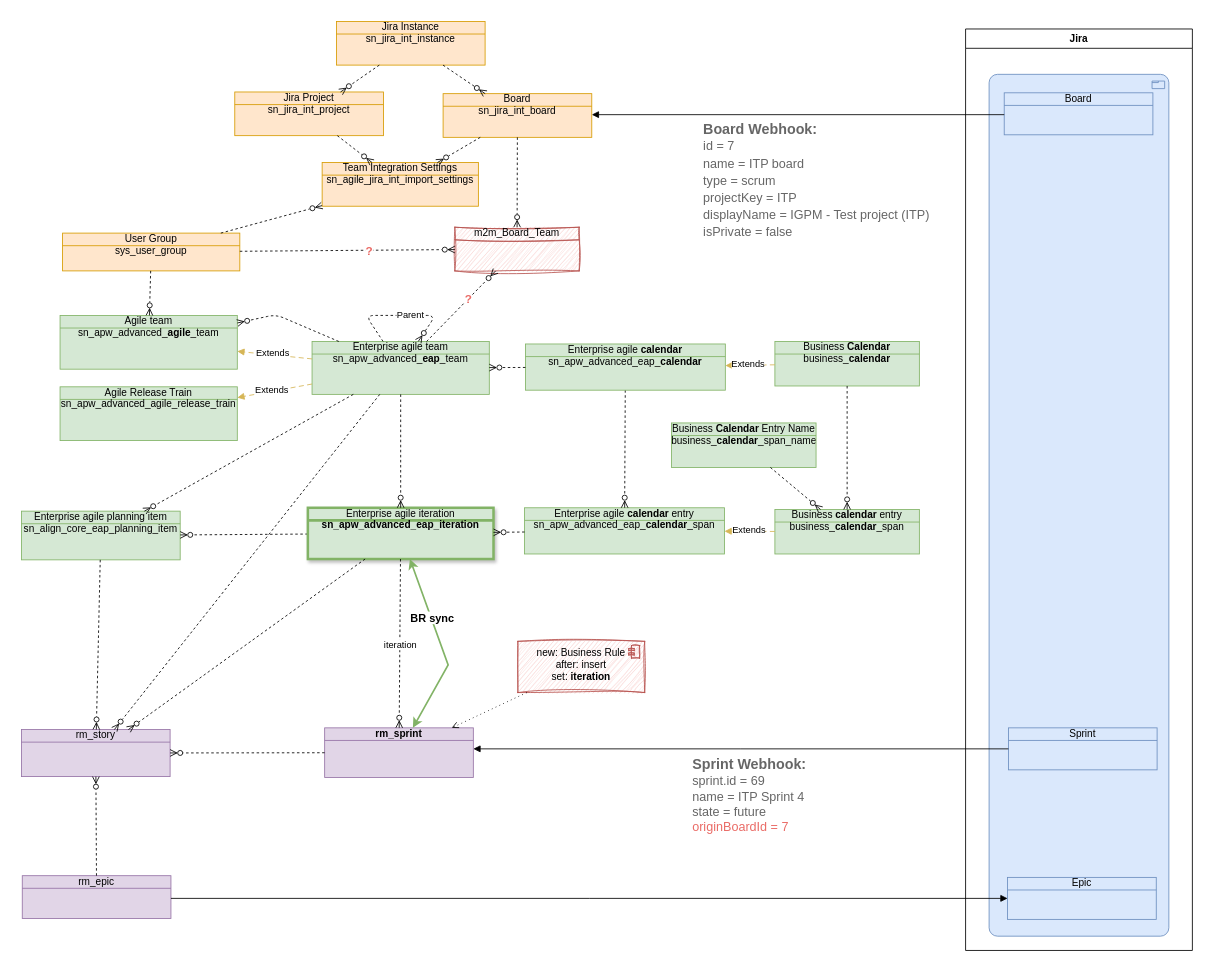
This is BoschEAP.drawio from algimas/tmp, a draw.io file, before an edit. Source tidied: cells renumbered, new cells numbered last; positions are measured from the earlier drawing's top-left corner, leaving out a move shared by most shapes. Both pictures are drawn from the tidied source at 84%, with x=0, y=0 at pixel (21, 21).
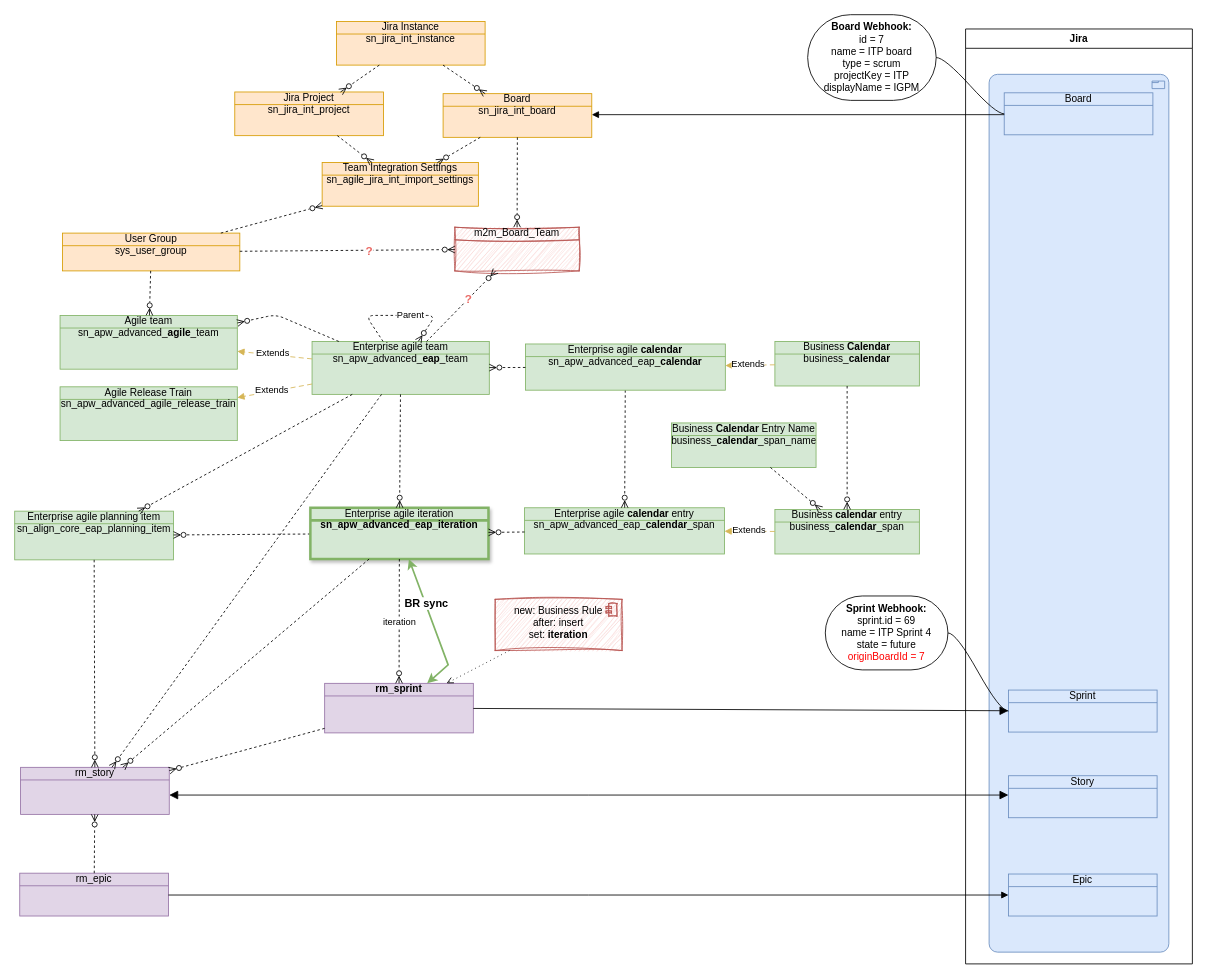
The same diagram, later.

Unchanged cells that the change refers to:
```xml
<mxCell id="27" value="Board" style="html=1;outlineConnect=0;whiteSpace=wrap;fillColor=#dae8fc;shape=mxgraph.archimate3.businessObject;overflow=fill;strokeColor=#6c8ebf;" parent="25" vertex="1">
  <mxGeometry x="46" y="76" width="177" height="50" as="geometry" />
</mxCell>
```

What changed in the source:
```diff
@@
     <mxCell id="2" value="&lt;b&gt;rm_sprint&lt;/b&gt;" style="html=1;outlineConnect=0;whiteSpace=wrap;fillColor=#e1d5e7;shape=mxgraph.archimate3.businessObject;overflow=fill;strokeColor=#9673a6;" parent="1" vertex="1">
-      <mxGeometry x="361" y="841" width="177" height="59" as="geometry" />
+      <mxGeometry x="361" y="788" width="177" height="59" as="geometry" />
     </mxCell>
     <mxCell id="3" value="Enterprise agile planning item sn_align_core_eap_planning_item" style="html=1;outlineConnect=0;whiteSpace=wrap;fillColor=#d5e8d4;shape=mxgraph.archimate3.businessObject;overflow=fill;strokeColor=#82b366;" parent="1" vertex="1">
-      <mxGeometry y="583" width="189" height="58" as="geometry" />
+      <mxGeometry x="-8" y="583" width="189" height="58" as="geometry" />
     </mxCell>
@@
     <mxCell id="5" value="rm_story" style="html=1;outlineConnect=0;whiteSpace=wrap;fillColor=#e1d5e7;shape=mxgraph.archimate3.businessObject;overflow=fill;strokeColor=#9673a6;" parent="1" vertex="1">
-      <mxGeometry y="843" width="177" height="56" as="geometry" />
+      <mxGeometry x="-1" y="888" width="177" height="56" as="geometry" />
     </mxCell>
     <mxCell id="6" value="Enterprise agile iteration &lt;b&gt;sn_apw_advanced_eap_iteration&lt;/b&gt;" style="html=1;outlineConnect=0;whiteSpace=wrap;fillColor=#d5e8d4;shape=mxgraph.archimate3.businessObject;overflow=fill;strokeColor=#82b366;shadow=1;strokeWidth=3;" parent="1" vertex="1">
-      <mxGeometry x="341" y="579" width="221" height="61" as="geometry" />
+      <mxGeometry x="344" y="579" width="212" height="61" as="geometry" />
     </mxCell>
@@
     <mxCell id="19" value="rm_epic" style="html=1;outlineConnect=0;whiteSpace=wrap;fillColor=#e1d5e7;shape=mxgraph.archimate3.businessObject;overflow=fill;strokeColor=#9673a6;" parent="1" vertex="1">
-      <mxGeometry x="1" y="1017" width="177" height="51" as="geometry" />
+      <mxGeometry x="-2" y="1014" width="177" height="51" as="geometry" />
     </mxCell>
@@
     <mxCell id="23" value="&lt;div&gt;new: Business Rule&lt;/div&gt;&lt;div&gt;after: insert&lt;/div&gt;&lt;div&gt;set: &lt;b&gt;iteration&lt;/b&gt;&lt;br&gt;&lt;/div&gt;" style="html=1;outlineConnect=0;whiteSpace=wrap;fillColor=#f8cecc;shape=mxgraph.archimate3.application;appType=comp;archiType=square;strokeColor=#b85450;verticalAlign=top;gradientColor=none;sketch=1;curveFitting=1;jiggle=2;" parent="1" vertex="1">
-      <mxGeometry x="591" y="738" width="151" height="61" as="geometry" />
+      <mxGeometry x="564" y="688" width="151" height="61" as="geometry" />
     </mxCell>
@@
     <mxCell id="25" value="Jira" style="swimlane;" parent="1" vertex="1">
-      <mxGeometry x="1124" y="9" width="270" height="1097" as="geometry" />
+      <mxGeometry x="1124" y="9" width="270" height="1113" as="geometry" />
     </mxCell>
     <mxCell id="26" style="html=1;whiteSpace=wrap;fillColor=#dae8fc;shape=mxgraph.archimate3.application;appType=product;archiType=rounded;strokeColor=#6c8ebf;verticalAlign=top;fontStyle=0;" parent="25" vertex="1">
-      <mxGeometry x="28" y="54" width="214" height="1026" as="geometry" />
+      <mxGeometry x="28" y="54" width="214" height="1045" as="geometry" />
     </mxCell>
@@
     <mxCell id="28" value="Sprint" style="html=1;outlineConnect=0;whiteSpace=wrap;fillColor=#dae8fc;shape=mxgraph.archimate3.businessObject;overflow=fill;strokeColor=#6c8ebf;" parent="25" vertex="1">
-      <mxGeometry x="51" y="832" width="177" height="50" as="geometry" />
+      <mxGeometry x="51" y="787" width="177" height="50" as="geometry" />
     </mxCell>
     <mxCell id="29" value="Epic" style="html=1;outlineConnect=0;whiteSpace=wrap;fillColor=#dae8fc;shape=mxgraph.archimate3.businessObject;overflow=fill;strokeColor=#6c8ebf;" parent="25" vertex="1">
-      <mxGeometry x="50" y="1010" width="177" height="50" as="geometry" />
+      <mxGeometry x="51" y="1006" width="177" height="50" as="geometry" />
     </mxCell>
+    <mxCell id="72" value="Story" style="html=1;outlineConnect=0;whiteSpace=wrap;fillColor=#dae8fc;shape=mxgraph.archimate3.businessObject;overflow=fill;strokeColor=#6c8ebf;" parent="25" vertex="1">
+      <mxGeometry x="51" y="889" width="177" height="50" as="geometry" />
+    </mxCell>
@@
-    <mxCell id="38" style="edgeStyle=elbowEdgeStyle;html=1;endArrow=block;dashed=0;elbow=vertical;endFill=1;rounded=0;" parent="1" edge="1" source="28" target="2">
+    <mxCell id="38" style="html=1;endArrow=block;dashed=0;elbow=vertical;endFill=1;rounded=0;startArrow=none;startFill=0;endSize=8;" parent="1" edge="1" source="2" target="28">
       <mxGeometry relative="1" as="geometry" />
     </mxCell>
@@
-    <mxCell id="70" value="&lt;b&gt;Board Webhook:&lt;/b&gt;&lt;br&gt;&lt;font style=&quot;font-size: 15px;&quot;&gt;id = 7&lt;br&gt;name = ITP board&lt;br&gt;type = scrum&lt;br&gt;projectKey = ITP&lt;br&gt;displayName = IGPM - Test project (ITP)&lt;br&gt;isPrivate = false&lt;/font&gt;" style="strokeWidth=1;shadow=0;dashed=0;align=center;shape=mxgraph.mockup.text.bulletedList;textColor=#666666;mainText=,,,,;textSize=17;bulletStyle=none;strokeColor=none;fillColor=none;align=left;verticalAlign=top;fontSize=17;fontColor=#666666;html=1;textShadow=0;whiteSpace=wrap;" parent="1" vertex="1">
-      <mxGeometry x="810" y="112" width="311" height="169" as="geometry" />
-    </mxCell>
+    <mxCell id="73" style="edgeStyle=elbowEdgeStyle;html=1;endArrow=block;dashed=0;elbow=vertical;endFill=1;rounded=0;endSize=8;startSize=8;startArrow=block;startFill=1;" parent="1" edge="1" source="5" target="72">
+      <mxGeometry relative="1" as="geometry" />
+    </mxCell>
-    <mxCell id="71" value="&lt;div style=&quot;text-wrap-mode: wrap;&quot;&gt;&lt;b style=&quot;&quot;&gt;&lt;br class=&quot;Apple-interchange-newline&quot;&gt;&lt;font&gt;Sprint Webhook:&lt;/font&gt;&lt;/b&gt;&lt;/div&gt;&lt;div style=&quot;font-size: 15px; text-wrap-mode: wrap;&quot;&gt;sprint.id =&amp;nbsp;&lt;span style=&quot;background-color: transparent; color: light-dark(rgb(102, 102, 102), rgb(149, 149, 149));&quot;&gt;69&lt;/span&gt;&lt;/div&gt;&lt;div style=&quot;font-size: 15px; text-wrap-mode: wrap;&quot;&gt;name =&amp;nbsp;&lt;span style=&quot;background-color: transparent; color: light-dark(rgb(102, 102, 102), rgb(149, 149, 149));&quot;&gt;ITP Sprint 4&lt;/span&gt;&lt;/div&gt;&lt;div style=&quot;font-size: 15px; text-wrap-mode: wrap;&quot;&gt;state =&amp;nbsp;&lt;span style=&quot;background-color: transparent; color: light-dark(rgb(102, 102, 102), rgb(149, 149, 149));&quot;&gt;future&lt;/span&gt;&lt;/div&gt;&lt;div style=&quot;font-size: 15px; text-wrap-mode: wrap;&quot;&gt;&lt;span style=&quot;background-color: transparent;&quot;&gt;&lt;font style=&quot;color: rgb(234, 107, 102);&quot;&gt;originBoardId = 7&lt;/font&gt;&lt;/span&gt;&lt;/div&gt;" style="strokeWidth=1;shadow=0;dashed=0;align=center;shape=mxgraph.mockup.text.bulletedList;textColor=#666666;mainText=,,,,;textSize=17;bulletStyle=none;strokeColor=none;fillColor=none;align=left;verticalAlign=top;fontSize=17;fontColor=#666666;html=1;textShadow=0;whiteSpace=wrap;" parent="1" vertex="1">
-      <mxGeometry x="797" y="848" width="181" height="120" as="geometry" />
+    <mxCell id="71" value="&lt;div&gt;&lt;b&gt;Sprint Webhook:&lt;/b&gt;&lt;/div&gt;&lt;div&gt;sprint.id = 69&lt;/div&gt;&lt;div&gt;name = ITP Sprint 4&lt;/div&gt;&lt;div&gt;state = future&lt;/div&gt;&lt;div&gt;&lt;font style=&quot;color: rgb(255, 0, 0);&quot;&gt;originBoardId = 7&lt;/font&gt;&lt;/div&gt;" style="whiteSpace=wrap;html=1;rounded=1;arcSize=50;align=center;verticalAlign=middle;strokeWidth=1;spacing=4;newEdgeStyle={&quot;edgeStyle&quot;:&quot;entityRelationEdgeStyle&quot;,&quot;startArrow&quot;:&quot;none&quot;,&quot;endArrow&quot;:&quot;none&quot;,&quot;segment&quot;:10,&quot;curved&quot;:1,&quot;sourcePerimeterSpacing&quot;:0,&quot;targetPerimeterSpacing&quot;:0};" parent="1" vertex="1">
+      <mxGeometry x="957" y="684" width="146" height="88" as="geometry" />
     </mxCell>
+    <mxCell id="74" style="edgeStyle=entityRelationEdgeStyle;startArrow=none;endArrow=none;segment=10;curved=1;sourcePerimeterSpacing=0;targetPerimeterSpacing=0;rounded=0;" parent="1" edge="1" source="28" target="71">
+      <mxGeometry relative="1" as="geometry" />
+    </mxCell>
+    <mxCell id="75" value="&lt;div&gt;&lt;b&gt;Board Webhook:&lt;/b&gt;&lt;/div&gt;&lt;div&gt;id = 7&lt;/div&gt;&lt;div&gt;name = ITP board&lt;/div&gt;&lt;div&gt;type = scrum&lt;/div&gt;&lt;div&gt;projectKey = ITP&lt;/div&gt;&lt;div&gt;displayName = IGPM&lt;/div&gt;" style="whiteSpace=wrap;html=1;rounded=1;arcSize=50;align=center;verticalAlign=middle;strokeWidth=1;spacing=4;newEdgeStyle={&quot;edgeStyle&quot;:&quot;entityRelationEdgeStyle&quot;,&quot;startArrow&quot;:&quot;none&quot;,&quot;endArrow&quot;:&quot;none&quot;,&quot;segment&quot;:10,&quot;curved&quot;:1,&quot;sourcePerimeterSpacing&quot;:0,&quot;targetPerimeterSpacing&quot;:0};" parent="1" vertex="1">
+      <mxGeometry x="936" y="-8" width="153" height="102" as="geometry" />
+    </mxCell>
+    <mxCell id="76" style="edgeStyle=entityRelationEdgeStyle;startArrow=none;endArrow=none;segment=10;curved=1;sourcePerimeterSpacing=0;targetPerimeterSpacing=0;rounded=0;" parent="1" edge="1" source="27" target="75">
+      <mxGeometry relative="1" as="geometry" />
+    </mxCell>
```
